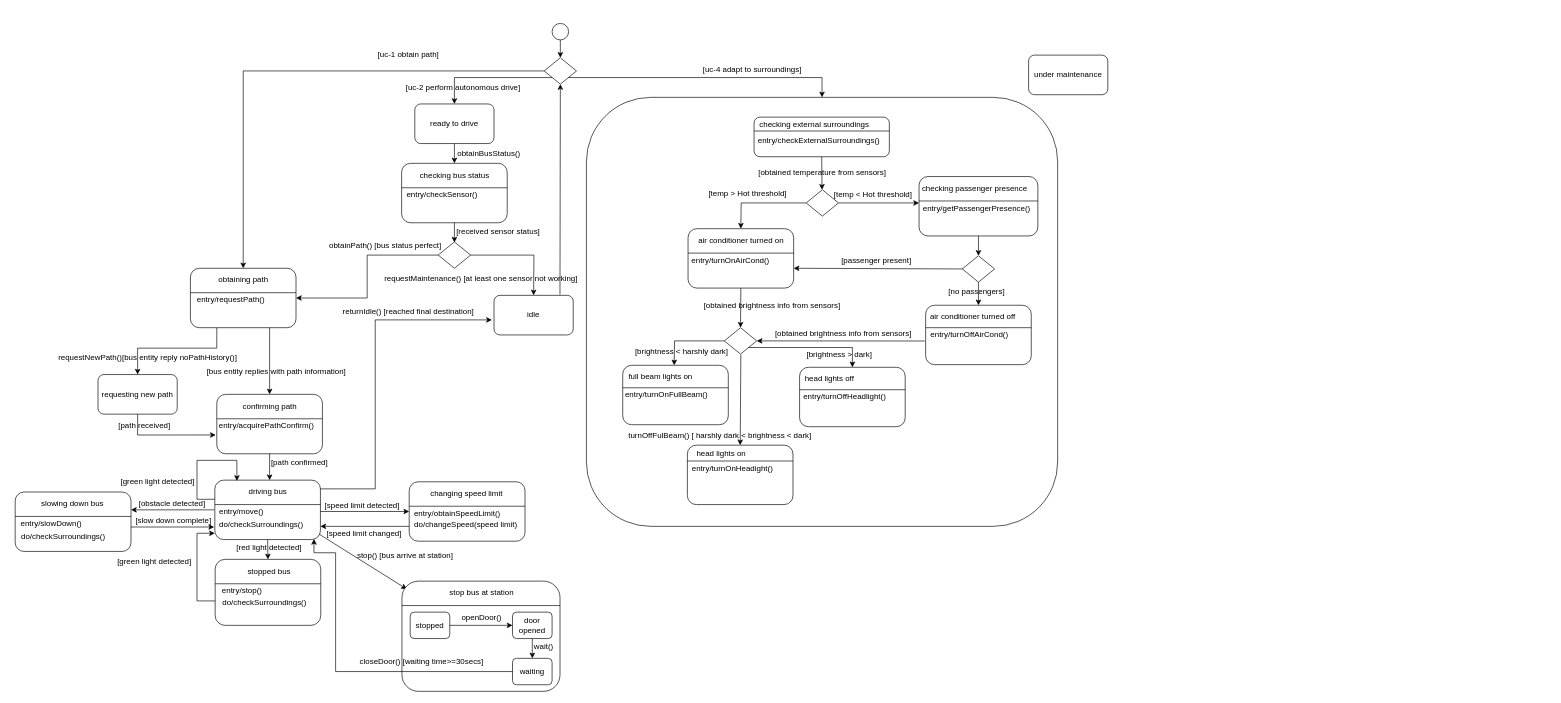
Earlier version of the draw.io diagram stateDiagramDrivingModule.drawio (justn0thinghere/drawio). Source tidied: cells renumbered, new cells numbered last; positions are measured from the earlier drawing's top-left corner, leaving out a move shared by most shapes. Both pictures are drawn from the tidied source at 66%, with x=0, y=0 at pixel (11, 23).
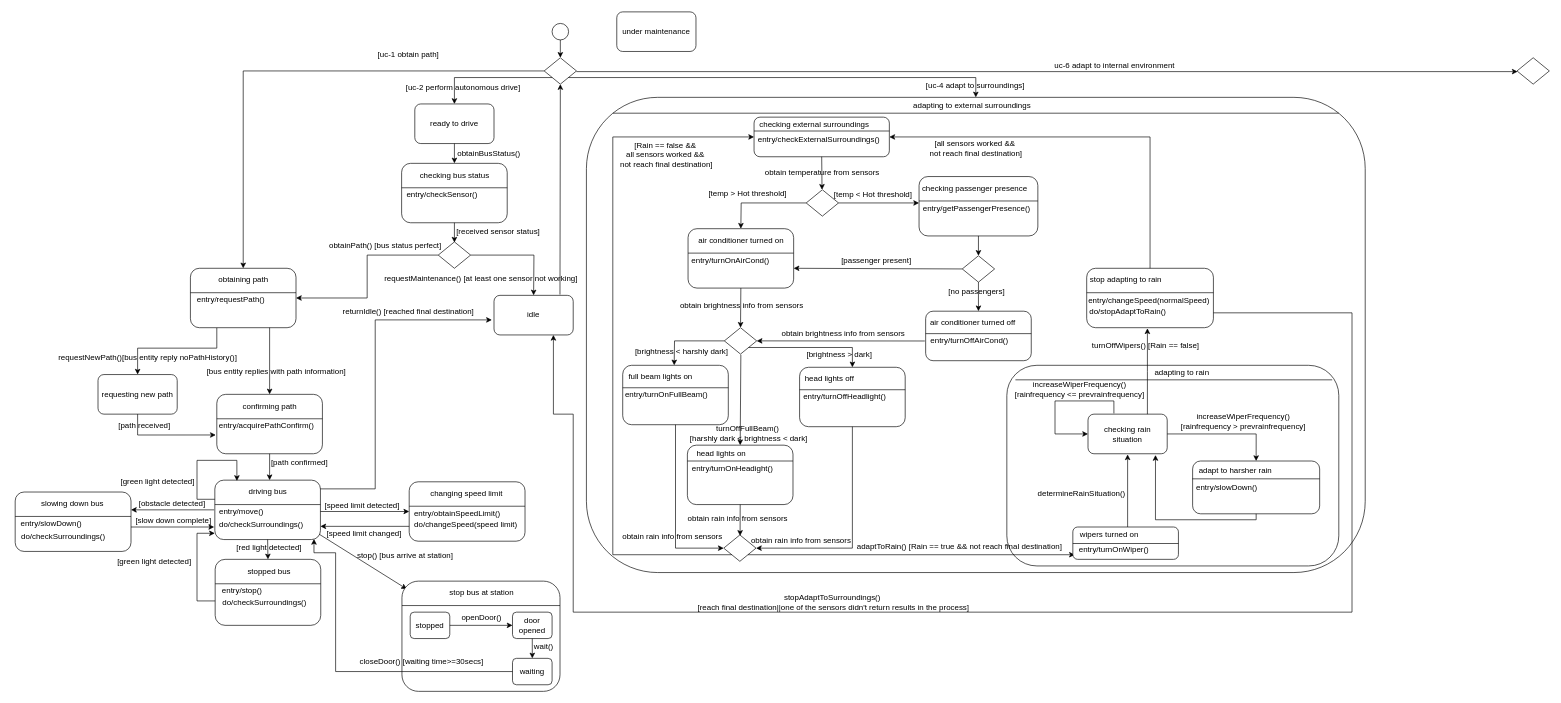
Above is the later version.

The change refers to these unchanged cells:
```xml
<mxCell id="4" style="rhombus;whiteSpace=wrap;html=1;" parent="1" vertex="1">
  <mxGeometry x="808" y="52" width="49" height="40" as="geometry" />
</mxCell>
<mxCell id="23" value="idle" style="rounded=1;whiteSpace=wrap;html=1;" parent="1" vertex="1">
  <mxGeometry x="732" y="412" width="120" height="60" as="geometry" />
</mxCell>
<mxCell id="93" style="rounded=1;whiteSpace=wrap;html=1;" parent="1" vertex="1">
  <mxGeometry x="1126" y="142" width="205" height="60" as="geometry" />
</mxCell>
<mxCell id="131" style="rounded=1;whiteSpace=wrap;html=1;" parent="1" vertex="1">
  <mxGeometry x="927" y="518" width="160" height="90" as="geometry" />
</mxCell>
<mxCell id="136" style="rounded=1;whiteSpace=wrap;html=1;" parent="1" vertex="1">
  <mxGeometry x="1025" y="639" width="160" height="90" as="geometry" />
</mxCell>
<mxCell id="142" style="rounded=1;whiteSpace=wrap;html=1;" parent="1" vertex="1">
  <mxGeometry x="1195" y="521" width="160" height="90" as="geometry" />
</mxCell>
```

Change to the diagram source:
```diff
@@
-    <mxCell id="2" style="rounded=1;whiteSpace=wrap;html=1;" parent="1" vertex="1">
-      <mxGeometry x="872" y="112" width="714" height="650" as="geometry" />
-    </mxCell>
+    <mxCell id="148" style="rounded=1;whiteSpace=wrap;html=1;" parent="1" vertex="1">
+      <mxGeometry x="872" y="112" width="1180" height="720" as="geometry" />
+    </mxCell>
+    <mxCell id="149" style="rounded=1;whiteSpace=wrap;html=1;" parent="1" vertex="1">
+      <mxGeometry x="1509" y="518" width="503" height="304" as="geometry" />
+    </mxCell>
@@
-    <mxCell id="91" style="endArrow=classic;html=1;rounded=0;exitX=1;exitY=1;exitDx=0;exitDy=0;entryX=0.5;entryY=0;entryDx=0;entryDy=0;edgeStyle=orthogonalEdgeStyle;" parent="1" edge="1" source="4" target="2">
+    <mxCell id="91" style="endArrow=classic;html=1;rounded=0;exitX=1;exitY=1;exitDx=0;exitDy=0;edgeStyle=orthogonalEdgeStyle;entryX=0.5;entryY=0;entryDx=0;entryDy=0;" parent="1" edge="1" source="4" target="148">
       <mxGeometry relative="1" as="geometry" />
     </mxCell>
     <mxCell id="92" value="[uc-4 adapt to surroundings]" style="text;html=1;align=center;verticalAlign=middle;strokeColor=none;fillColor=none;" parent="1" vertex="1">
-      <mxGeometry x="1038" y="55" width="170" height="30" as="geometry" />
+      <mxGeometry x="1376" y="79" width="170" height="30" as="geometry" />
     </mxCell>
@@
     <mxCell id="96" value="entry/checkExternalSurroundings()" style="text;html=1;align=center;verticalAlign=middle;strokeColor=none;fillColor=none;" parent="1" vertex="1">
-      <mxGeometry x="1119" y="162" width="210" height="30" as="geometry" />
+      <mxGeometry x="1119" y="161" width="210" height="30" as="geometry" />
     </mxCell>
@@
-    <mxCell id="98" value="[obtained temperature from sensors]" style="text;html=1;align=center;verticalAlign=middle;strokeColor=none;fillColor=none;" parent="1" vertex="1">
-      <mxGeometry x="1119" y="211" width="220" height="30" as="geometry" />
+    <mxCell id="98" value="obtain temperature from sensors" style="text;html=1;align=center;verticalAlign=middle;strokeColor=none;fillColor=none;" parent="1" vertex="1">
+      <mxGeometry x="1129" y="211" width="200" height="30" as="geometry" />
     </mxCell>
@@
     <mxCell id="113" value="under maintenance" style="rounded=1;whiteSpace=wrap;html=1;" parent="1" vertex="1">
-      <mxGeometry x="1542" y="48" width="120" height="60" as="geometry" />
+      <mxGeometry x="918" y="-17.5" width="120" height="60" as="geometry" />
     </mxCell>
@@
     <mxCell id="119" style="rounded=1;whiteSpace=wrap;html=1;" parent="1" vertex="1">
-      <mxGeometry x="1386" y="427" width="160" height="90" as="geometry" />
+      <mxGeometry x="1386" y="436" width="160" height="75" as="geometry" />
     </mxCell>
     <mxCell id="120" style="line;strokeWidth=1;fillColor=none;align=left;verticalAlign=middle;spacingTop=-1;spacingLeft=3;spacingRight=3;labelPosition=right;strokeColor=inherit;" parent="1" vertex="1">
-      <mxGeometry x="1386" y="457" width="160" height="8" as="geometry" />
+      <mxGeometry x="1386" y="466" width="160" height="8" as="geometry" />
     </mxCell>
     <mxCell id="121" value="air conditioner turned off" style="text;html=1;align=center;verticalAlign=middle;strokeColor=none;fillColor=none;" parent="1" vertex="1">
-      <mxGeometry x="1382" y="429" width="150" height="30" as="geometry" />
+      <mxGeometry x="1382" y="438" width="150" height="30" as="geometry" />
     </mxCell>
     <mxCell id="122" value="entry/turnOffAirCond()" style="text;html=1;align=center;verticalAlign=middle;strokeColor=none;fillColor=none;" parent="1" vertex="1">
-      <mxGeometry x="1382" y="457" width="140" height="30" as="geometry" />
+      <mxGeometry x="1382" y="466" width="140" height="30" as="geometry" />
     </mxCell>
@@
-    <mxCell id="128" value="[obtained brightness info from sensors]" style="text;html=1;align=center;verticalAlign=middle;strokeColor=none;fillColor=none;" parent="1" vertex="1">
-      <mxGeometry x="1038" y="412" width="230" height="30" as="geometry" />
+    <mxCell id="128" value="obtain brightness info from sensors" style="text;html=1;align=center;verticalAlign=middle;strokeColor=none;fillColor=none;" parent="1" vertex="1">
+      <mxGeometry x="1002" y="412" width="210" height="30" as="geometry" />
     </mxCell>
-    <mxCell id="129" value="[obtained brightness info from sensors]" style="text;html=1;align=center;verticalAlign=middle;strokeColor=none;fillColor=none;" parent="1" vertex="1">
-      <mxGeometry x="1146" y="455" width="230" height="30" as="geometry" />
+    <mxCell id="129" value="obtain brightness info from sensors" style="text;html=1;align=center;verticalAlign=middle;strokeColor=none;fillColor=none;" parent="1" vertex="1">
+      <mxGeometry x="1156" y="455" width="210" height="30" as="geometry" />
     </mxCell>
@@
-    <mxCell id="139" value="turnOffFulBeam() [ harshly dark &amp;lt; brightness &amp;lt; dark]" style="text;html=1;align=center;verticalAlign=middle;strokeColor=none;fillColor=none;" parent="1" vertex="1">
-      <mxGeometry x="924" y="609" width="300" height="30" as="geometry" />
+    <mxCell id="139" value="turnOffFullBeam()&lt;div&gt;&amp;nbsp;[harshly dark &amp;lt; brightness &amp;lt; dark]&lt;/div&gt;" style="text;html=1;align=center;verticalAlign=middle;strokeColor=none;fillColor=none;" parent="1" vertex="1">
+      <mxGeometry x="1016" y="601" width="200" height="40" as="geometry" />
     </mxCell>
@@
+    <mxCell id="150" style="line;strokeWidth=1;fillColor=none;align=left;verticalAlign=middle;spacingTop=-1;spacingLeft=3;spacingRight=3;labelPosition=right;strokeColor=inherit;" parent="1" vertex="1">
+      <mxGeometry x="912" y="132" width="1100" height="8" as="geometry" />
+    </mxCell>
+    <mxCell id="151" value="adapting to external surroundings" style="text;html=1;align=center;verticalAlign=middle;strokeColor=none;fillColor=none;" parent="1" vertex="1">
+      <mxGeometry x="1356" y="109" width="200" height="30" as="geometry" />
+    </mxCell>
+    <mxCell id="152" style="rhombus;whiteSpace=wrap;html=1;" parent="1" vertex="1">
+      <mxGeometry x="1080" y="775" width="49" height="40" as="geometry" />
+    </mxCell>
+    <mxCell id="153" style="endArrow=classic;html=1;rounded=0;exitX=0.5;exitY=1;exitDx=0;exitDy=0;entryX=0;entryY=0.5;entryDx=0;entryDy=0;edgeStyle=orthogonalEdgeStyle;" parent="1" edge="1" source="131" target="152">
+      <mxGeometry relative="1" as="geometry" />
+    </mxCell>
+    <mxCell id="154" style="endArrow=classic;html=1;rounded=0;exitX=0.5;exitY=1;exitDx=0;exitDy=0;entryX=0.507;entryY=0.034;entryDx=0;entryDy=0;entryPerimeter=0;" parent="1" edge="1" source="136" target="152">
+      <mxGeometry relative="1" as="geometry" />
+    </mxCell>
+    <mxCell id="155" style="endArrow=classic;html=1;rounded=0;exitX=0.5;exitY=1;exitDx=0;exitDy=0;entryX=1;entryY=0.5;entryDx=0;entryDy=0;edgeStyle=orthogonalEdgeStyle;" parent="1" edge="1" source="142" target="152">
+      <mxGeometry relative="1" as="geometry" />
+    </mxCell>
+    <mxCell id="156" value="obtain rain info from sensors" style="text;html=1;align=center;verticalAlign=middle;strokeColor=none;fillColor=none;" parent="1" vertex="1">
+      <mxGeometry x="1016" y="735.5" width="170" height="30" as="geometry" />
+    </mxCell>
+    <mxCell id="157" value="obtain rain info from sensors" style="text;html=1;align=center;verticalAlign=middle;strokeColor=none;fillColor=none;" parent="1" vertex="1">
+      <mxGeometry x="1112" y="767.5" width="170" height="30" as="geometry" />
+    </mxCell>
+    <mxCell id="158" value="obtain rain info from sensors" style="text;html=1;align=center;verticalAlign=middle;strokeColor=none;fillColor=none;" parent="1" vertex="1">
+      <mxGeometry x="917" y="762" width="170" height="30" as="geometry" />
+    </mxCell>
+    <mxCell id="159" style="endArrow=classic;html=1;rounded=0;exitX=0;exitY=1;exitDx=0;exitDy=0;entryX=0;entryY=0.5;entryDx=0;entryDy=0;edgeStyle=orthogonalEdgeStyle;" parent="1" edge="1" source="152" target="93">
+      <mxGeometry relative="1" as="geometry">
+        <Array as="points">
+          <mxPoint x="912" y="805" />
+          <mxPoint x="912" y="172" />
+        </Array>
+      </mxGeometry>
+    </mxCell>
+    <mxCell id="160" value="[Rain == false &amp;amp;&amp;amp;&amp;nbsp;&lt;div&gt;all sensors worked &amp;amp;&amp;amp;&amp;nbsp;&lt;/div&gt;&lt;div&gt;not reach final destination]&lt;/div&gt;" style="text;html=1;align=center;verticalAlign=middle;strokeColor=none;fillColor=none;" parent="1" vertex="1">
+      <mxGeometry x="913" y="169" width="160" height="60" as="geometry" />
+    </mxCell>
+    <mxCell id="161" value="adaptToRain() [Rain == true &amp;amp;&amp;amp; not reach final destination]" style="text;html=1;align=center;verticalAlign=middle;strokeColor=none;fillColor=none;" parent="1" vertex="1">
+      <mxGeometry x="1272" y="777.5" width="330" height="30" as="geometry" />
+    </mxCell>
+    <mxCell id="162" style="endArrow=classic;html=1;rounded=0;exitX=1;exitY=1;exitDx=0;exitDy=0;" parent="1" edge="1" source="152">
+      <mxGeometry relative="1" as="geometry">
+        <mxPoint x="1612" y="805" as="targetPoint" />
+      </mxGeometry>
+    </mxCell>
+    <mxCell id="163" value="stopAdaptToSurroundings()&amp;nbsp;&lt;div&gt;[reach final destination||one of the sensors didn't return results in the process]&lt;/div&gt;" style="text;html=1;align=center;verticalAlign=middle;strokeColor=none;fillColor=none;" parent="1" vertex="1">
+      <mxGeometry x="1031" y="857" width="430" height="40" as="geometry" />
+    </mxCell>
+    <mxCell id="164" style="rounded=1;whiteSpace=wrap;html=1;" parent="1" vertex="1">
+      <mxGeometry x="1609" y="763" width="160" height="49" as="geometry" />
+    </mxCell>
+    <mxCell id="165" style="line;strokeWidth=1;fillColor=none;align=left;verticalAlign=middle;spacingTop=-1;spacingLeft=3;spacingRight=3;labelPosition=right;strokeColor=inherit;" parent="1" vertex="1">
+      <mxGeometry x="1609" y="784" width="160" height="8" as="geometry" />
+    </mxCell>
+    <mxCell id="166" value="wipers turned on" style="text;html=1;align=center;verticalAlign=middle;strokeColor=none;fillColor=none;" parent="1" vertex="1">
+      <mxGeometry x="1609" y="759.5" width="110" height="30" as="geometry" />
+    </mxCell>
+    <mxCell id="167" value="entry/turnOnWiper()" style="text;html=1;align=center;verticalAlign=middle;strokeColor=none;fillColor=none;" parent="1" vertex="1">
+      <mxGeometry x="1606" y="783" width="130" height="30" as="geometry" />
+    </mxCell>
+    <mxCell id="168" style="endArrow=classic;html=1;rounded=0;" parent="1" edge="1">
+      <mxGeometry relative="1" as="geometry">
+        <mxPoint x="1692" y="763" as="sourcePoint" />
+        <mxPoint x="1692" y="653" as="targetPoint" />
+      </mxGeometry>
+    </mxCell>
+    <mxCell id="169" value="checking rain situation" style="rounded=1;whiteSpace=wrap;html=1;" parent="1" vertex="1">
+      <mxGeometry x="1632" y="592" width="120" height="60" as="geometry" />
+    </mxCell>
+    <mxCell id="170" value="determineRainSituation()" style="text;html=1;align=center;verticalAlign=middle;strokeColor=none;fillColor=none;" parent="1" vertex="1">
+      <mxGeometry x="1542" y="697.5" width="160" height="30" as="geometry" />
+    </mxCell>
+    <mxCell id="171" style="endArrow=classic;html=1;rounded=0;exitX=1;exitY=0.5;exitDx=0;exitDy=0;entryX=0.5;entryY=0;entryDx=0;entryDy=0;edgeStyle=orthogonalEdgeStyle;" parent="1" edge="1" source="169" target="172">
+      <mxGeometry relative="1" as="geometry" />
+    </mxCell>
+    <mxCell id="172" style="rounded=1;whiteSpace=wrap;html=1;" parent="1" vertex="1">
+      <mxGeometry x="1790.5" y="663" width="192.5" height="80" as="geometry" />
+    </mxCell>
+    <mxCell id="173" value="increaseWiperFrequency()&lt;div&gt;[rainfrequency &amp;gt; prevrainfrequency]&lt;/div&gt;" style="text;html=1;align=center;verticalAlign=middle;strokeColor=none;fillColor=none;" parent="1" vertex="1">
+      <mxGeometry x="1762" y="583" width="210" height="40" as="geometry" />
+    </mxCell>
+    <mxCell id="174" style="line;strokeWidth=1;fillColor=none;align=left;verticalAlign=middle;spacingTop=-1;spacingLeft=3;spacingRight=3;labelPosition=right;strokeColor=inherit;" parent="1" vertex="1">
+      <mxGeometry x="1790" y="686" width="193" height="8" as="geometry" />
+    </mxCell>
+    <mxCell id="175" value="adapt to harsher rain" style="text;html=1;align=center;verticalAlign=middle;strokeColor=none;fillColor=none;" parent="1" vertex="1">
+      <mxGeometry x="1790" y="663" width="130" height="30" as="geometry" />
+    </mxCell>
+    <mxCell id="176" value="entry/slowDown()" style="text;html=1;align=center;verticalAlign=middle;strokeColor=none;fillColor=none;" parent="1" vertex="1">
+      <mxGeometry x="1782" y="688" width="120" height="30" as="geometry" />
+    </mxCell>
+    <mxCell id="177" style="endArrow=classic;html=1;rounded=0;edgeStyle=orthogonalEdgeStyle;entryX=0.852;entryY=1.033;entryDx=0;entryDy=0;entryPerimeter=0;exitX=0.5;exitY=1;exitDx=0;exitDy=0;" parent="1" edge="1" source="172" target="169">
+      <mxGeometry relative="1" as="geometry">
+        <Array as="points">
+          <mxPoint x="1887" y="752" />
+          <mxPoint x="1734" y="752" />
+        </Array>
+      </mxGeometry>
+    </mxCell>
+    <mxCell id="178" style="endArrow=classic;html=1;rounded=0;edgeStyle=orthogonalEdgeStyle;entryX=0;entryY=0.5;entryDx=0;entryDy=0;exitX=0.327;exitY=-0.018;exitDx=0;exitDy=0;exitPerimeter=0;" parent="1" edge="1" source="169" target="169">
+      <mxGeometry relative="1" as="geometry">
+        <Array as="points">
+          <mxPoint x="1671" y="572" />
+          <mxPoint x="1582" y="572" />
+          <mxPoint x="1582" y="622" />
+        </Array>
+      </mxGeometry>
+    </mxCell>
+    <mxCell id="179" value="increaseWiperFrequency()&lt;div&gt;[rainfrequency &amp;lt;= prevrainfrequency]&lt;/div&gt;" style="text;html=1;align=center;verticalAlign=middle;strokeColor=none;fillColor=none;" parent="1" vertex="1">
+      <mxGeometry x="1509" y="535" width="220" height="40" as="geometry" />
+    </mxCell>
+    <mxCell id="180" style="endArrow=classic;html=1;rounded=0;exitX=0.75;exitY=0;exitDx=0;exitDy=0;edgeStyle=orthogonalEdgeStyle;" parent="1" edge="1" source="169">
+      <mxGeometry relative="1" as="geometry">
+        <mxPoint x="1722" y="462" as="targetPoint" />
+      </mxGeometry>
+    </mxCell>
+    <mxCell id="181" value="turnOffWipers() [Rain == false]" style="text;html=1;align=center;verticalAlign=middle;strokeColor=none;fillColor=none;" parent="1" vertex="1">
+      <mxGeometry x="1624" y="474" width="190" height="30" as="geometry" />
+    </mxCell>
+    <mxCell id="182" style="line;strokeWidth=1;fillColor=none;align=left;verticalAlign=middle;spacingTop=-1;spacingLeft=3;spacingRight=3;labelPosition=right;strokeColor=inherit;" parent="1" vertex="1">
+      <mxGeometry x="1522" y="536" width="480" height="8" as="geometry" />
+    </mxCell>
+    <mxCell id="183" value="adapting to rain" style="text;html=1;align=center;verticalAlign=middle;strokeColor=none;fillColor=none;" parent="1" vertex="1">
+      <mxGeometry x="1719" y="514" width="110" height="30" as="geometry" />
+    </mxCell>
+    <mxCell id="184" style="endArrow=classic;html=1;rounded=0;exitX=1;exitY=0.5;exitDx=0;exitDy=0;" parent="1" edge="1">
+      <mxGeometry relative="1" as="geometry">
+        <mxPoint x="857" y="73" as="sourcePoint" />
+        <mxPoint x="2282.9" y="73" as="targetPoint" />
+      </mxGeometry>
+    </mxCell>
+    <mxCell id="185" value="uc-6 adapt to internal environment" style="text;html=1;align=center;verticalAlign=middle;strokeColor=none;fillColor=none;" parent="1" vertex="1">
+      <mxGeometry x="1567" y="49" width="210" height="30" as="geometry" />
+    </mxCell>
+    <mxCell id="186" style="rhombus;whiteSpace=wrap;html=1;" parent="1" vertex="1">
+      <mxGeometry x="2282" y="52" width="49" height="40" as="geometry" />
+    </mxCell>
+    <mxCell id="187" style="rounded=1;whiteSpace=wrap;html=1;" parent="1" vertex="1">
+      <mxGeometry x="1630" y="371" width="192" height="90" as="geometry" />
+    </mxCell>
+    <mxCell id="188" style="line;strokeWidth=1;fillColor=none;align=left;verticalAlign=middle;spacingTop=-1;spacingLeft=3;spacingRight=3;labelPosition=right;strokeColor=inherit;" parent="1" vertex="1">
+      <mxGeometry x="1630" y="404" width="192" height="8" as="geometry" />
+    </mxCell>
+    <mxCell id="189" value="stop adapting to rain" style="text;html=1;align=center;verticalAlign=middle;strokeColor=none;fillColor=none;" parent="1" vertex="1">
+      <mxGeometry x="1624" y="374" width="130" height="30" as="geometry" />
+    </mxCell>
+    <mxCell id="190" value="entry/changeSpeed(normalSpeed)" style="text;html=1;align=center;verticalAlign=middle;strokeColor=none;fillColor=none;" parent="1" vertex="1">
+      <mxGeometry x="1619" y="405" width="210" height="30" as="geometry" />
+    </mxCell>
+    <mxCell id="191" value="do/stopAdaptToRain()" style="text;html=1;align=center;verticalAlign=middle;strokeColor=none;fillColor=none;" parent="1" vertex="1">
+      <mxGeometry x="1622" y="422" width="140" height="30" as="geometry" />
+    </mxCell>
+    <mxCell id="192" style="endArrow=classic;html=1;rounded=0;entryX=1;entryY=0.5;entryDx=0;entryDy=0;edgeStyle=orthogonalEdgeStyle;" parent="1" edge="1" source="187" target="93">
+      <mxGeometry relative="1" as="geometry">
+        <Array as="points">
+          <mxPoint x="1726" y="172" />
+        </Array>
+      </mxGeometry>
+    </mxCell>
+    <mxCell id="193" value="[&lt;span style=&quot;background-color: transparent; color: light-dark(rgb(0, 0, 0), rgb(255, 255, 255));&quot;&gt;all sensors worked &amp;amp;&amp;amp;&amp;nbsp;&lt;/span&gt;&lt;div&gt;not reach final destination]&lt;/div&gt;" style="text;html=1;align=center;verticalAlign=middle;strokeColor=none;fillColor=none;" parent="1" vertex="1">
+      <mxGeometry x="1382" y="169" width="160" height="40" as="geometry" />
+    </mxCell>
+    <mxCell id="194" style="endArrow=classic;html=1;rounded=0;entryX=0.75;entryY=1;entryDx=0;entryDy=0;exitX=1;exitY=0.75;exitDx=0;exitDy=0;edgeStyle=orthogonalEdgeStyle;" parent="1" edge="1" source="187" target="23">
+      <mxGeometry relative="1" as="geometry">
+        <Array as="points">
+          <mxPoint x="2032" y="438" />
+          <mxPoint x="2032" y="892" />
+          <mxPoint x="852" y="892" />
+          <mxPoint x="852" y="592" />
+          <mxPoint x="822" y="592" />
+        </Array>
+      </mxGeometry>
+    </mxCell>
```
